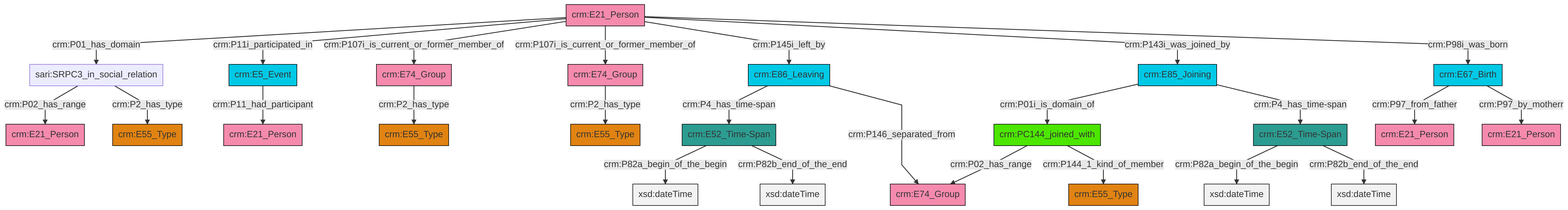
Before: et/personCSV/ttl/mmd/png/Person_Actor_Relations.png, a diagram exported from Mermaid (swiss-art-research-net/reference-data-models). Its source is kept beside it as et/personCSV/ttl/mmd/Person_Actor_Relations.ttl.mmd.
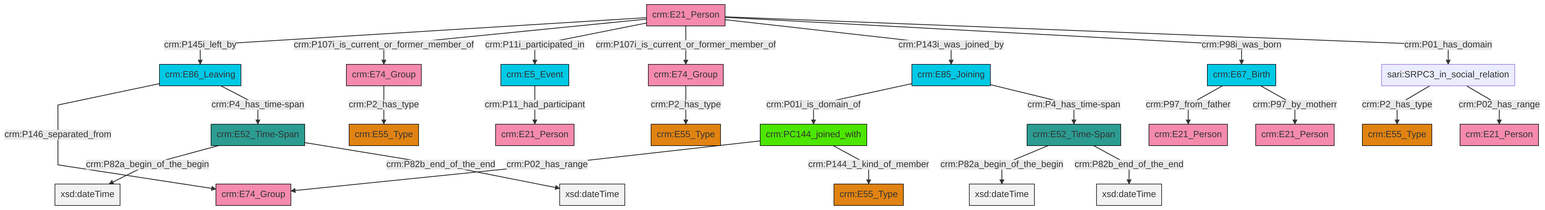
Later version of the same file.

The edit, as a diff of the source:
```diff
@@ -13,27 +13,27 @@
 classDef PC_Classes fill:#4ce600, stroke:#000000;
 classDef Multi fill:#cccccc,stroke:#000000;
 
-2["crm:E21_Person"]:::Actor -->|crm:P01_has_domain| 3["sari:SRPC3_in_social_relation"]:::Default
-9["crm:PC144_joined_with"]:::PC_Classes -->|crm:P02_has_range| 6["crm:E74_Group"]:::Actor
-3["sari:SRPC3_in_social_relation"]:::Default -->|crm:P02_has_range| 12["crm:E21_Person"]:::Actor
-2["crm:E21_Person"]:::Actor -->|crm:P11i_participated_in| 13["crm:E5_Event"]:::Temporal_Entity
-14["crm:E52_Time-Span"]:::Time-Span -->|crm:P82a_begin_of_the_begin| 15[xsd:dateTime]:::Literal
-4["crm:E52_Time-Span"]:::Time-Span -->|crm:P82a_begin_of_the_begin| 19[xsd:dateTime]:::Literal
-2["crm:E21_Person"]:::Actor -->|crm:P107i_is_current_or_former_member_of| 20["crm:E74_Group"]:::Actor
-24["crm:E86_Leaving"]:::Temporal_Entity -->|crm:P4_has_time-span| 4["crm:E52_Time-Span"]:::Time-Span
-25["crm:E85_Joining"]:::Temporal_Entity -->|crm:P01i_is_domain_of| 9["crm:PC144_joined_with"]:::PC_Classes
-25["crm:E85_Joining"]:::Temporal_Entity -->|crm:P4_has_time-span| 14["crm:E52_Time-Span"]:::Time-Span
-3["sari:SRPC3_in_social_relation"]:::Default -->|crm:P2_has_type| 29["crm:E55_Type"]:::Type
-2["crm:E21_Person"]:::Actor -->|crm:P107i_is_current_or_former_member_of| 35["crm:E74_Group"]:::Actor
-20["crm:E74_Group"]:::Actor -->|crm:P2_has_type| 0["crm:E55_Type"]:::Type
-9["crm:PC144_joined_with"]:::PC_Classes -->|crm:P144_1_kind_of_member| 33["crm:E55_Type"]:::Type
-2["crm:E21_Person"]:::Actor -->|crm:P145i_left_by| 24["crm:E86_Leaving"]:::Temporal_Entity
-36["crm:E67_Birth"]:::Temporal_Entity -->|crm:P97_from_father| 22["crm:E21_Person"]:::Actor
-13["crm:E5_Event"]:::Temporal_Entity -->|crm:P11_had_participant| 16["crm:E21_Person"]:::Actor
-24["crm:E86_Leaving"]:::Temporal_Entity -->|crm:P146_separated_from| 6["crm:E74_Group"]:::Actor
-14["crm:E52_Time-Span"]:::Time-Span -->|crm:P82b_end_of_the_end| 41[xsd:dateTime]:::Literal
-2["crm:E21_Person"]:::Actor -->|crm:P143i_was_joined_by| 25["crm:E85_Joining"]:::Temporal_Entity
-2["crm:E21_Person"]:::Actor -->|crm:P98i_was_born| 36["crm:E67_Birth"]:::Temporal_Entity
-36["crm:E67_Birth"]:::Temporal_Entity -->|crm:P97_by_motherr| 27["crm:E21_Person"]:::Actor
-4["crm:E52_Time-Span"]:::Time-Span -->|crm:P82b_end_of_the_end| 44[xsd:dateTime]:::Literal
-35["crm:E74_Group"]:::Actor -->|crm:P2_has_type| 10["crm:E55_Type"]:::Type
+2["crm:E85_Joining"]:::Temporal_Entity -->|crm:P01i_is_domain_of| 3["crm:PC144_joined_with"]:::PC_Classes
+6["crm:E74_Group"]:::Actor -->|crm:P2_has_type| 7["crm:E55_Type"]:::Type
+12["crm:E21_Person"]:::Actor -->|crm:P145i_left_by| 13["crm:E86_Leaving"]:::Temporal_Entity
+3["crm:PC144_joined_with"]:::PC_Classes -->|crm:P02_has_range| 10["crm:E74_Group"]:::Actor
+0["crm:E67_Birth"]:::Temporal_Entity -->|crm:P97_from_father| 14["crm:E21_Person"]:::Actor
+2["crm:E85_Joining"]:::Temporal_Entity -->|crm:P4_has_time-span| 8["crm:E52_Time-Span"]:::Time-Span
+17["crm:E74_Group"]:::Actor -->|crm:P2_has_type| 18["crm:E55_Type"]:::Type
+21["sari:SRPC3_in_social_relation"]:::Default -->|crm:P2_has_type| 22["crm:E55_Type"]:::Type
+21["sari:SRPC3_in_social_relation"]:::Default -->|crm:P02_has_range| 27["crm:E21_Person"]:::Actor
+12["crm:E21_Person"]:::Actor -->|crm:P107i_is_current_or_former_member_of| 6["crm:E74_Group"]:::Actor
+13["crm:E86_Leaving"]:::Temporal_Entity -->|crm:P146_separated_from| 10["crm:E74_Group"]:::Actor
+30["crm:E5_Event"]:::Temporal_Entity -->|crm:P11_had_participant| 19["crm:E21_Person"]:::Actor
+13["crm:E86_Leaving"]:::Temporal_Entity -->|crm:P4_has_time-span| 4["crm:E52_Time-Span"]:::Time-Span
+8["crm:E52_Time-Span"]:::Time-Span -->|crm:P82a_begin_of_the_begin| 35[xsd:dateTime]:::Literal
+4["crm:E52_Time-Span"]:::Time-Span -->|crm:P82a_begin_of_the_begin| 39[xsd:dateTime]:::Literal
+12["crm:E21_Person"]:::Actor -->|crm:P11i_participated_in| 30["crm:E5_Event"]:::Temporal_Entity
+0["crm:E67_Birth"]:::Temporal_Entity -->|crm:P97_by_motherr| 25["crm:E21_Person"]:::Actor
+4["crm:E52_Time-Span"]:::Time-Span -->|crm:P82b_end_of_the_end| 40[xsd:dateTime]:::Literal
+8["crm:E52_Time-Span"]:::Time-Span -->|crm:P82b_end_of_the_end| 41[xsd:dateTime]:::Literal
+3["crm:PC144_joined_with"]:::PC_Classes -->|crm:P144_1_kind_of_member| 31["crm:E55_Type"]:::Type
+12["crm:E21_Person"]:::Actor -->|crm:P107i_is_current_or_former_member_of| 17["crm:E74_Group"]:::Actor
+12["crm:E21_Person"]:::Actor -->|crm:P143i_was_joined_by| 2["crm:E85_Joining"]:::Temporal_Entity
+12["crm:E21_Person"]:::Actor -->|crm:P98i_was_born| 0["crm:E67_Birth"]:::Temporal_Entity
+12["crm:E21_Person"]:::Actor -->|crm:P01_has_domain| 21["sari:SRPC3_in_social_relation"]:::Default
```
